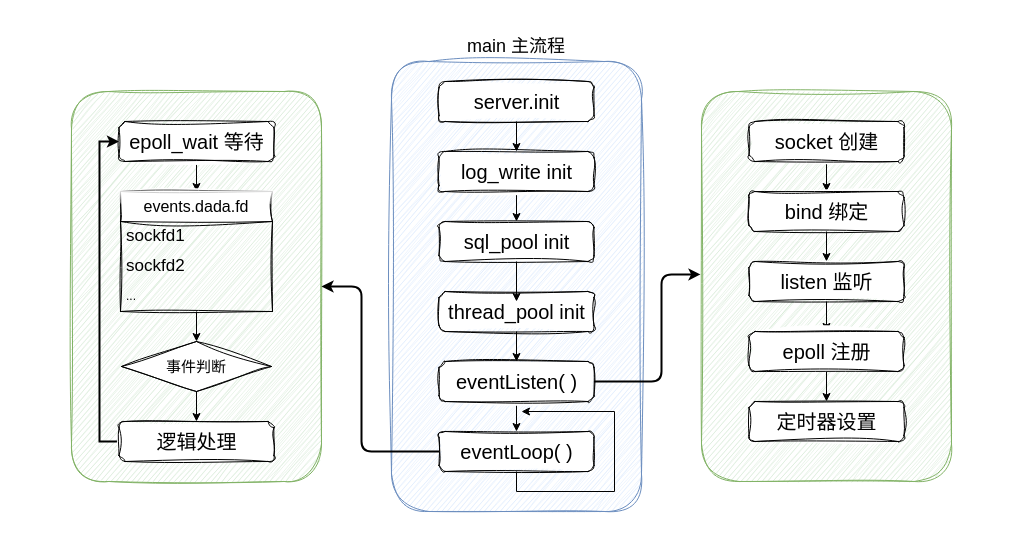
Above: root/webserver.drawio in DUTRB/Mini-Webserver-Cpp (draw.io), before the change. Source tidied: cells renumbered, new cells numbered last; positions are measured from the earlier drawing's top-left corner, leaving out a move shared by most shapes. Both pictures are drawn from the tidied source at 100%, with x=0, y=0 at pixel (71, 31).
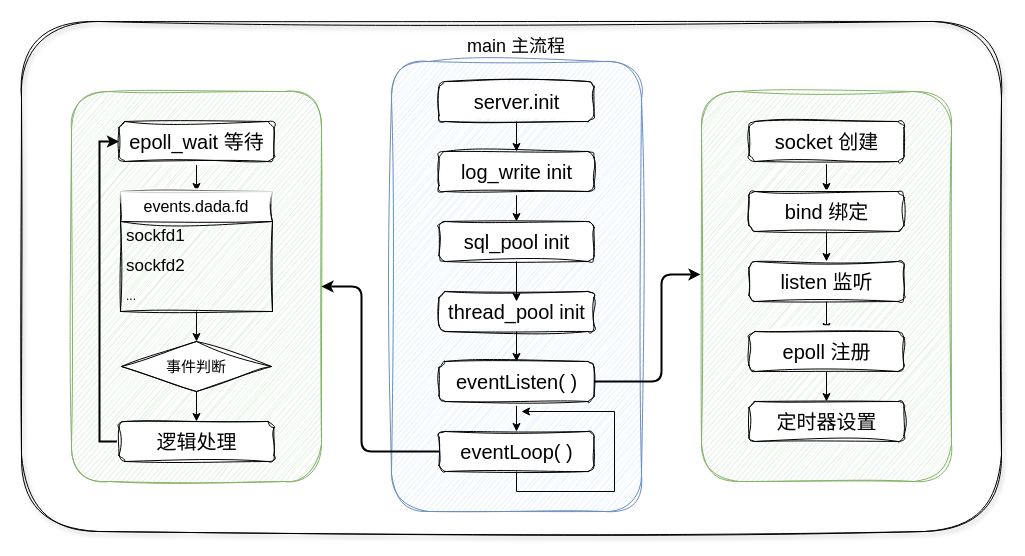
After the change.

The edit, as a diff of the source:
```diff
@@
+    <mxCell id="40" style="rounded=1;whiteSpace=wrap;html=1;fillColor=none;sketch=1;curveFitting=1;jiggle=2;glass=1;shadow=1;" parent="1" vertex="1">
+      <mxGeometry x="-50" y="-10" width="980" height="510" as="geometry" />
+    </mxCell>
```
